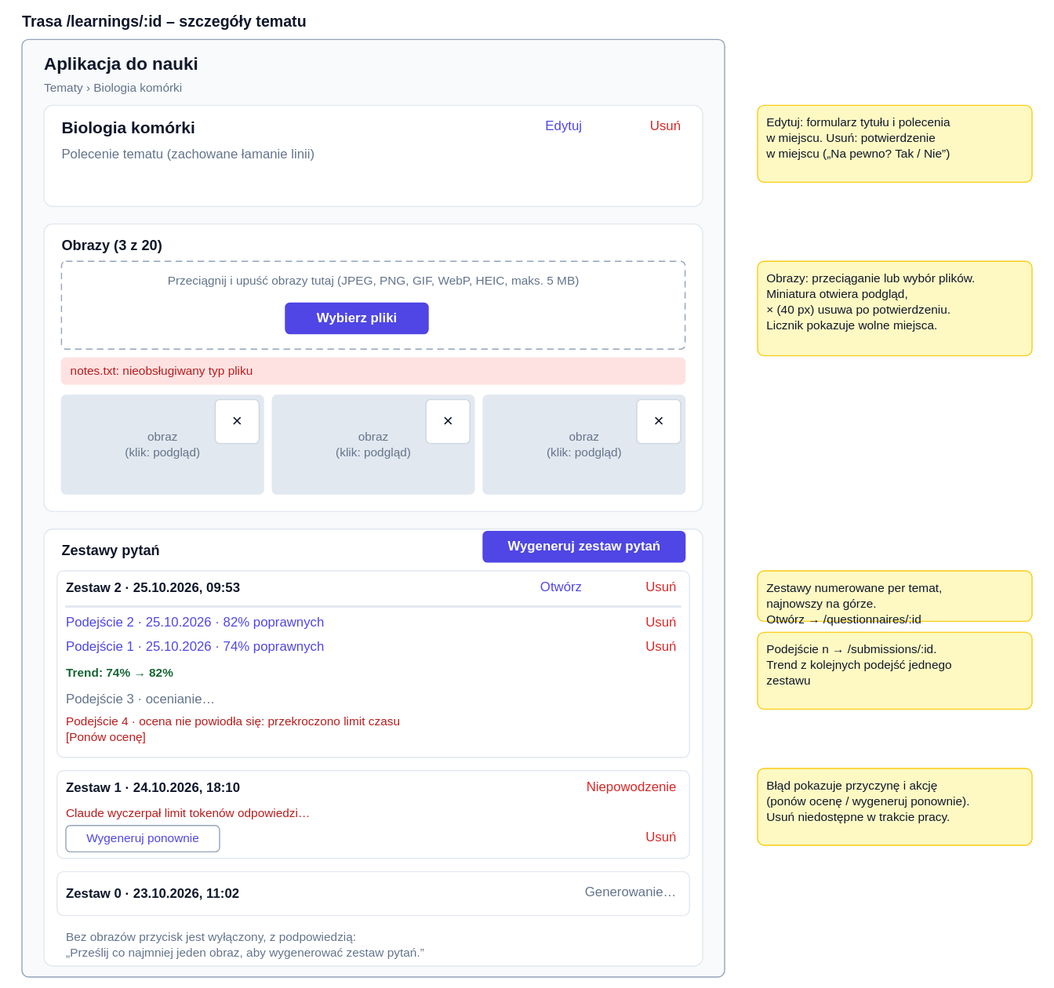
Before: docs/diagrams/page-learning-detail.drawio.svg, a diagram exported from draw.io (ppawlik/learning_app). Source tidied: cells renumbered, new cells last; positions are measured from the earlier drawing's top-left corner, leaving out a move shared by most shapes.
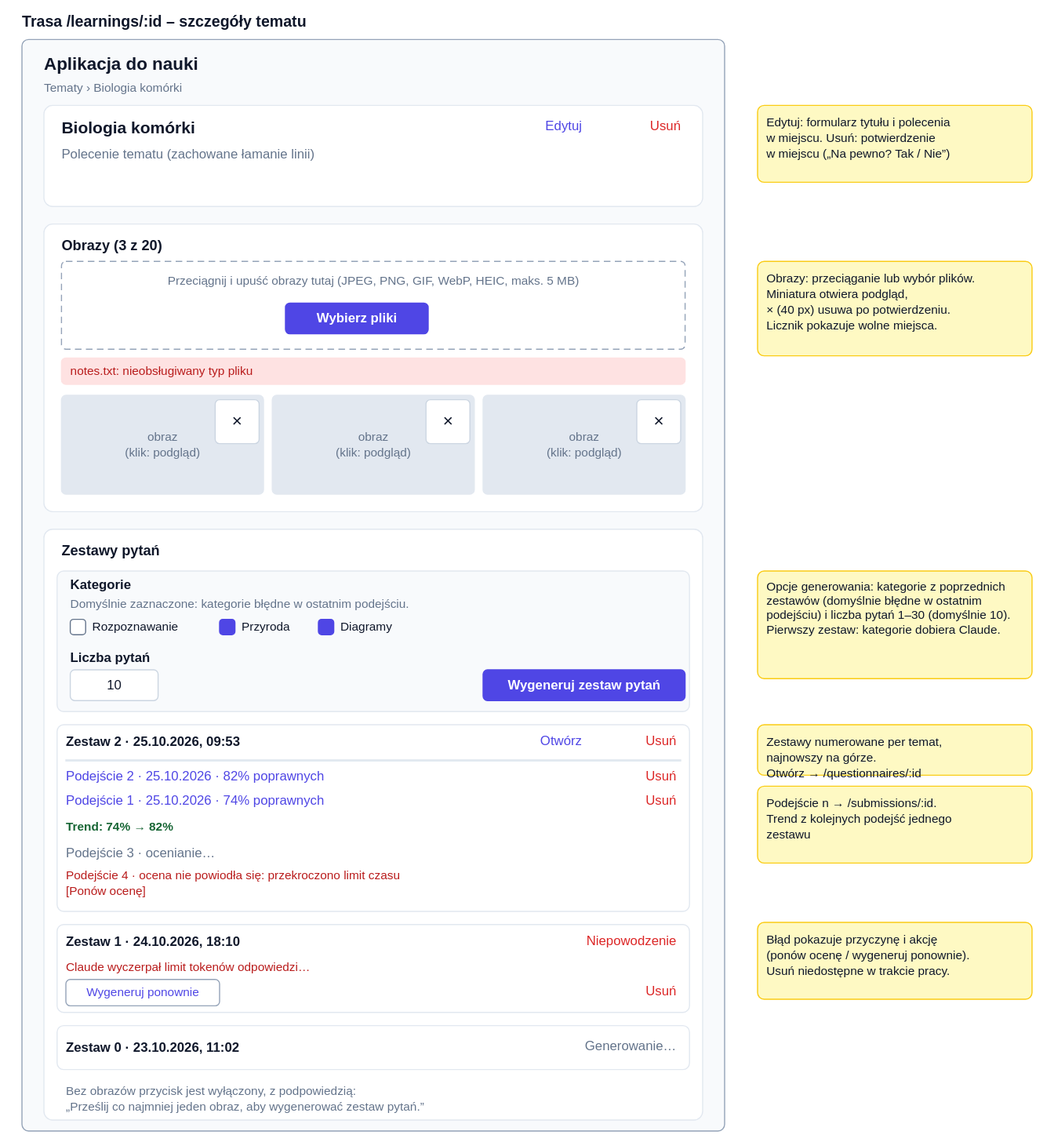
The same file after the commit.

Commit message:
Update topic and submission page diagrams for categories

Diff of the diagram source:
```diff
@@ -6,7 +6,7 @@
       <mxGeometry width="640" height="24" as="geometry" />
     </mxCell>
     <mxCell id="3" style="whiteSpace=wrap;html=0;rounded=1;absoluteArcSize=1;arcSize=12;fillColor=#f8fafc;strokeColor=#94a3b8;strokeWidth=1;fontSize=12;fontColor=#0f172a;align=center;verticalAlign=middle;spacingLeft=10;spacingRight=10;spacingTop=0;" parent="1" vertex="1">
-      <mxGeometry y="28" width="640" height="854" as="geometry" />
+      <mxGeometry y="28" width="640" height="994" as="geometry" />
     </mxCell>
     <mxCell id="4" value="Aplikacja do nauki" style="whiteSpace=wrap;html=0;fillColor=none;strokeColor=none;fontSize=16;fontColor=#0f172a;align=left;verticalAlign=middle;spacingLeft=0;spacingRight=0;spacingTop=0;fontStyle=1;" parent="1" vertex="1">
       <mxGeometry x="20" y="38" width="300" height="26" as="geometry" />
@@ -63,79 +63,76 @@
       <mxGeometry x="560" y="356" width="40" height="40" as="geometry" />
     </mxCell>
     <mxCell id="22" style="whiteSpace=wrap;html=0;rounded=1;absoluteArcSize=1;arcSize=16;fillColor=#ffffff;strokeColor=#e2e8f0;strokeWidth=1;fontSize=12;fontColor=#0f172a;align=center;verticalAlign=middle;spacingLeft=10;spacingRight=10;spacingTop=0;" parent="1" vertex="1">
-      <mxGeometry x="20" y="474" width="600" height="398" as="geometry" />
+      <mxGeometry x="20" y="474" width="600" height="538" as="geometry" />
     </mxCell>
     <mxCell id="23" value="Zestawy pytań" style="whiteSpace=wrap;html=0;fillColor=none;strokeColor=none;fontSize=13;fontColor=#0f172a;align=left;verticalAlign=middle;spacingLeft=0;spacingRight=0;spacingTop=0;fontStyle=1;" parent="1" vertex="1">
       <mxGeometry x="36" y="482" width="400" height="24" as="geometry" />
     </mxCell>
-    <mxCell id="24" value="Wygeneruj zestaw pytań" style="whiteSpace=wrap;html=0;rounded=1;absoluteArcSize=1;arcSize=8;fillColor=#4f46e5;strokeColor=#4f46e5;strokeWidth=1;fontSize=12;fontColor=#ffffff;align=center;verticalAlign=middle;spacingLeft=10;spacingRight=10;spacingTop=0;fontStyle=1;" parent="1" vertex="1">
-      <mxGeometry x="420" y="476" width="184" height="28" as="geometry" />
-    </mxCell>
     <mxCell id="25" style="whiteSpace=wrap;html=0;rounded=1;absoluteArcSize=1;arcSize=12;fillColor=#ffffff;strokeColor=#e2e8f0;strokeWidth=1;fontSize=12;fontColor=#0f172a;align=center;verticalAlign=middle;spacingLeft=10;spacingRight=10;spacingTop=0;" parent="1" vertex="1">
-      <mxGeometry x="32" y="512" width="576" height="170" as="geometry" />
+      <mxGeometry x="32" y="652" width="576" height="170" as="geometry" />
     </mxCell>
     <mxCell id="26" value="Zestaw 2 · 25.10.2026, 09:53" style="whiteSpace=wrap;html=0;fillColor=none;strokeColor=none;fontSize=12;fontColor=#0f172a;align=left;verticalAlign=middle;spacingLeft=0;spacingRight=0;spacingTop=0;fontStyle=1;" parent="1" vertex="1">
-      <mxGeometry x="40" y="518" width="340" height="20" as="geometry" />
+      <mxGeometry x="40" y="658" width="340" height="20" as="geometry" />
     </mxCell>
     <mxCell id="27" value="Otwórz" style="whiteSpace=wrap;html=0;fillColor=none;strokeColor=none;fontSize=12;fontColor=#4f46e5;align=right;verticalAlign=middle;spacingLeft=0;spacingRight=0;spacingTop=0;" parent="1" vertex="1">
-      <mxGeometry x="420" y="518" width="90" height="18" as="geometry" />
+      <mxGeometry x="420" y="658" width="90" height="18" as="geometry" />
     </mxCell>
     <mxCell id="28" value="Usuń" style="whiteSpace=wrap;html=0;fillColor=none;strokeColor=none;fontSize=12;fontColor=#dc2626;align=right;verticalAlign=middle;spacingLeft=0;spacingRight=0;spacingTop=0;" parent="1" vertex="1">
-      <mxGeometry x="520" y="518" width="76" height="18" as="geometry" />
+      <mxGeometry x="520" y="658" width="76" height="18" as="geometry" />
     </mxCell>
     <mxCell id="29" style="whiteSpace=wrap;html=0;rounded=0;absoluteArcSize=1;arcSize=0;fillColor=#e2e8f0;strokeColor=#e2e8f0;strokeWidth=1;fontSize=12;fontColor=#0f172a;align=center;verticalAlign=middle;spacingLeft=10;spacingRight=10;spacingTop=0;" parent="1" vertex="1">
-      <mxGeometry x="40" y="544" width="560" height="1" as="geometry" />
+      <mxGeometry x="40" y="684" width="560" height="1" as="geometry" />
     </mxCell>
     <mxCell id="30" value="Podejście 2 · 25.10.2026 · 82% poprawnych" style="whiteSpace=wrap;html=0;fillColor=none;strokeColor=none;fontSize=12;fontColor=#4f46e5;align=left;verticalAlign=middle;spacingLeft=0;spacingRight=0;spacingTop=0;" parent="1" vertex="1">
-      <mxGeometry x="40" y="550" width="400" height="18" as="geometry" />
+      <mxGeometry x="40" y="690" width="400" height="18" as="geometry" />
     </mxCell>
     <mxCell id="31" value="Usuń" style="whiteSpace=wrap;html=0;fillColor=none;strokeColor=none;fontSize=12;fontColor=#dc2626;align=right;verticalAlign=middle;spacingLeft=0;spacingRight=0;spacingTop=0;" parent="1" vertex="1">
-      <mxGeometry x="520" y="550" width="76" height="18" as="geometry" />
+      <mxGeometry x="520" y="690" width="76" height="18" as="geometry" />
     </mxCell>
     <mxCell id="32" value="Podejście 1 · 25.10.2026 · 74% poprawnych" style="whiteSpace=wrap;html=0;fillColor=none;strokeColor=none;fontSize=12;fontColor=#4f46e5;align=left;verticalAlign=middle;spacingLeft=0;spacingRight=0;spacingTop=0;" parent="1" vertex="1">
-      <mxGeometry x="40" y="572" width="400" height="18" as="geometry" />
+      <mxGeometry x="40" y="712" width="400" height="18" as="geometry" />
     </mxCell>
     <mxCell id="33" value="Usuń" style="whiteSpace=wrap;html=0;fillColor=none;strokeColor=none;fontSize=12;fontColor=#dc2626;align=right;verticalAlign=middle;spacingLeft=0;spacingRight=0;spacingTop=0;" parent="1" vertex="1">
-      <mxGeometry x="520" y="572" width="76" height="18" as="geometry" />
+      <mxGeometry x="520" y="712" width="76" height="18" as="geometry" />
     </mxCell>
     <mxCell id="34" value="Trend: 74% → 82%" style="whiteSpace=wrap;html=0;fillColor=none;strokeColor=none;fontSize=11;fontColor=#166534;align=left;verticalAlign=middle;spacingLeft=0;spacingRight=0;spacingTop=0;fontStyle=1;" parent="1" vertex="1">
-      <mxGeometry x="40" y="596" width="400" height="18" as="geometry" />
+      <mxGeometry x="40" y="736" width="400" height="18" as="geometry" />
     </mxCell>
     <mxCell id="35" value="Podejście 3 · ocenianie…" style="whiteSpace=wrap;html=0;fillColor=none;strokeColor=none;fontSize=12;fontColor=#64748b;align=left;verticalAlign=middle;spacingLeft=0;spacingRight=0;spacingTop=0;" parent="1" vertex="1">
-      <mxGeometry x="40" y="620" width="560" height="18" as="geometry" />
+      <mxGeometry x="40" y="760" width="560" height="18" as="geometry" />
     </mxCell>
     <mxCell id="36" value="Podejście 4 · ocena nie powiodła się: przekroczono limit czasu&#10;[Ponów ocenę]" style="whiteSpace=wrap;html=0;fillColor=none;strokeColor=none;fontSize=11;fontColor=#b91c1c;align=left;verticalAlign=top;spacingLeft=0;spacingRight=0;spacingTop=0;" parent="1" vertex="1">
-      <mxGeometry x="40" y="642" width="560" height="34" as="geometry" />
+      <mxGeometry x="40" y="782" width="560" height="34" as="geometry" />
     </mxCell>
     <mxCell id="37" style="whiteSpace=wrap;html=0;rounded=1;absoluteArcSize=1;arcSize=12;fillColor=#ffffff;strokeColor=#e2e8f0;strokeWidth=1;fontSize=12;fontColor=#0f172a;align=center;verticalAlign=middle;spacingLeft=10;spacingRight=10;spacingTop=0;" parent="1" vertex="1">
-      <mxGeometry x="32" y="694" width="576" height="80" as="geometry" />
+      <mxGeometry x="32" y="834" width="576" height="80" as="geometry" />
     </mxCell>
     <mxCell id="38" value="Zestaw 1 · 24.10.2026, 18:10" style="whiteSpace=wrap;html=0;fillColor=none;strokeColor=none;fontSize=12;fontColor=#0f172a;align=left;verticalAlign=middle;spacingLeft=0;spacingRight=0;spacingTop=0;fontStyle=1;" parent="1" vertex="1">
-      <mxGeometry x="40" y="700" width="340" height="20" as="geometry" />
+      <mxGeometry x="40" y="840" width="340" height="20" as="geometry" />
     </mxCell>
     <mxCell id="39" value="Niepowodzenie" style="whiteSpace=wrap;html=0;fillColor=none;strokeColor=none;fontSize=12;fontColor=#dc2626;align=right;verticalAlign=middle;spacingLeft=0;spacingRight=0;spacingTop=0;" parent="1" vertex="1">
-      <mxGeometry x="360" y="700" width="236" height="18" as="geometry" />
+      <mxGeometry x="360" y="840" width="236" height="18" as="geometry" />
     </mxCell>
     <mxCell id="40" value="Claude wyczerpał limit tokenów odpowiedzi…" style="whiteSpace=wrap;html=0;fillColor=none;strokeColor=none;fontSize=11;fontColor=#b91c1c;align=left;verticalAlign=middle;spacingLeft=0;spacingRight=0;spacingTop=0;" parent="1" vertex="1">
-      <mxGeometry x="40" y="724" width="560" height="18" as="geometry" />
+      <mxGeometry x="40" y="864" width="560" height="18" as="geometry" />
     </mxCell>
     <mxCell id="41" value="Wygeneruj ponownie" style="whiteSpace=wrap;html=0;rounded=1;absoluteArcSize=1;arcSize=8;fillColor=#ffffff;strokeColor=#94a3b8;strokeWidth=1;fontSize=11;fontColor=#4f46e5;align=center;verticalAlign=middle;spacingLeft=10;spacingRight=10;spacingTop=0;" parent="1" vertex="1">
-      <mxGeometry x="40" y="744" width="140" height="24" as="geometry" />
+      <mxGeometry x="40" y="884" width="140" height="24" as="geometry" />
     </mxCell>
     <mxCell id="42" value="Usuń" style="whiteSpace=wrap;html=0;fillColor=none;strokeColor=none;fontSize=12;fontColor=#dc2626;align=right;verticalAlign=middle;spacingLeft=0;spacingRight=0;spacingTop=0;" parent="1" vertex="1">
-      <mxGeometry x="520" y="746" width="76" height="18" as="geometry" />
+      <mxGeometry x="520" y="886" width="76" height="18" as="geometry" />
     </mxCell>
     <mxCell id="43" style="whiteSpace=wrap;html=0;rounded=1;absoluteArcSize=1;arcSize=12;fillColor=#ffffff;strokeColor=#e2e8f0;strokeWidth=1;fontSize=12;fontColor=#0f172a;align=center;verticalAlign=middle;spacingLeft=10;spacingRight=10;spacingTop=0;" parent="1" vertex="1">
-      <mxGeometry x="32" y="786" width="576" height="40" as="geometry" />
+      <mxGeometry x="32" y="926" width="576" height="40" as="geometry" />
     </mxCell>
     <mxCell id="44" value="Zestaw 0 · 23.10.2026, 11:02" style="whiteSpace=wrap;html=0;fillColor=none;strokeColor=none;fontSize=12;fontColor=#0f172a;align=left;verticalAlign=middle;spacingLeft=0;spacingRight=0;spacingTop=0;fontStyle=1;" parent="1" vertex="1">
-      <mxGeometry x="40" y="796" width="340" height="20" as="geometry" />
+      <mxGeometry x="40" y="936" width="340" height="20" as="geometry" />
     </mxCell>
     <mxCell id="45" value="Generowanie…" style="whiteSpace=wrap;html=0;fillColor=none;strokeColor=none;fontSize=12;fontColor=#64748b;align=right;verticalAlign=middle;spacingLeft=0;spacingRight=0;spacingTop=0;" parent="1" vertex="1">
-      <mxGeometry x="360" y="796" width="236" height="18" as="geometry" />
+      <mxGeometry x="360" y="936" width="236" height="18" as="geometry" />
     </mxCell>
     <mxCell id="46" value="Bez obrazów przycisk jest wyłączony, z podpowiedzią:&#10;„Prześlij co najmniej jeden obraz, aby wygenerować zestaw pytań.”" style="whiteSpace=wrap;html=0;fillColor=none;strokeColor=none;fontSize=11;fontColor=#64748b;align=left;verticalAlign=top;spacingLeft=0;spacingRight=0;spacingTop=0;" parent="1" vertex="1">
-      <mxGeometry x="40" y="838" width="560" height="28" as="geometry" />
+      <mxGeometry x="40" y="978" width="560" height="28" as="geometry" />
     </mxCell>
     <mxCell id="47" value="Edytuj: formularz tytułu i polecenia&#10;w miejscu. Usuń: potwierdzenie&#10;w miejscu („Na pewno? Tak / Nie”)" style="whiteSpace=wrap;html=0;rounded=1;absoluteArcSize=1;arcSize=12;fillColor=#fef9c3;strokeColor=#facc15;strokeWidth=1;fontSize=11;fontColor=#0f172a;align=left;verticalAlign=top;spacingLeft=8;spacingRight=8;spacingTop=8;" parent="1" vertex="1">
       <mxGeometry x="670" y="88" width="250" height="70" as="geometry" />
@@ -144,13 +141,55 @@
       <mxGeometry x="670" y="230" width="250" height="86" as="geometry" />
     </mxCell>
     <mxCell id="49" value="Zestawy numerowane per temat,&#10;najnowszy na górze.&#10;Otwórz → /questionnaires/:id" style="whiteSpace=wrap;html=0;rounded=1;absoluteArcSize=1;arcSize=12;fillColor=#fef9c3;strokeColor=#facc15;strokeWidth=1;fontSize=11;fontColor=#0f172a;align=left;verticalAlign=top;spacingLeft=8;spacingRight=8;spacingTop=8;" parent="1" vertex="1">
-      <mxGeometry x="670" y="512" width="250" height="46" as="geometry" />
+      <mxGeometry x="670" y="652" width="250" height="46" as="geometry" />
     </mxCell>
     <mxCell id="50" value="Podejście n → /submissions/:id.&#10;Trend z kolejnych podejść jednego&#10;zestawu" style="whiteSpace=wrap;html=0;rounded=1;absoluteArcSize=1;arcSize=12;fillColor=#fef9c3;strokeColor=#facc15;strokeWidth=1;fontSize=11;fontColor=#0f172a;align=left;verticalAlign=top;spacingLeft=8;spacingRight=8;spacingTop=8;" parent="1" vertex="1">
-      <mxGeometry x="670" y="568" width="250" height="70" as="geometry" />
+      <mxGeometry x="670" y="708" width="250" height="70" as="geometry" />
     </mxCell>
     <mxCell id="51" value="Błąd pokazuje przyczynę i akcję&#10;(ponów ocenę / wygeneruj ponownie).&#10;Usuń niedostępne w trakcie pracy." style="whiteSpace=wrap;html=0;rounded=1;absoluteArcSize=1;arcSize=12;fillColor=#fef9c3;strokeColor=#facc15;strokeWidth=1;fontSize=11;fontColor=#0f172a;align=left;verticalAlign=top;spacingLeft=8;spacingRight=8;spacingTop=8;" parent="1" vertex="1">
-      <mxGeometry x="670" y="692" width="250" height="70" as="geometry" />
+      <mxGeometry x="670" y="832" width="250" height="70" as="geometry" />
     </mxCell>
+    <mxCell id="52" style="whiteSpace=wrap;html=0;rounded=1;absoluteArcSize=1;arcSize=12;fillColor=#f8fafc;strokeColor=#e2e8f0;strokeWidth=1;fontSize=12;fontColor=#0f172a;align=center;verticalAlign=middle;spacingLeft=10;spacingRight=10;spacingTop=0;" parent="1" vertex="1">
+      <mxGeometry x="32" y="512" width="576" height="128" as="geometry" />
+    </mxCell>
+    <mxCell id="53" value="Kategorie" style="whiteSpace=wrap;html=0;fillColor=none;strokeColor=none;fontSize=12;fontColor=#0f172a;align=left;verticalAlign=middle;spacingLeft=0;spacingRight=0;spacingTop=0;fontStyle=1;" parent="1" vertex="1">
+      <mxGeometry x="44" y="516" width="300" height="18" as="geometry" />
+    </mxCell>
+    <mxCell id="54" value="Domyślnie zaznaczone: kategorie błędne w ostatnim podejściu." style="whiteSpace=wrap;html=0;fillColor=none;strokeColor=none;fontSize=11;fontColor=#64748b;align=left;verticalAlign=middle;spacingLeft=0;spacingRight=0;spacingTop=0;" parent="1" vertex="1">
+      <mxGeometry x="44" y="534" width="520" height="16" as="geometry" />
+    </mxCell>
+    <mxCell id="55" style="whiteSpace=wrap;html=0;rounded=1;absoluteArcSize=1;arcSize=6;fillColor=#ffffff;strokeColor=#64748b;strokeWidth=1;fontSize=12;fontColor=#0f172a;align=center;verticalAlign=middle;spacingLeft=10;spacingRight=10;spacingTop=0;" parent="1" vertex="1">
+      <mxGeometry x="44" y="556" width="14" height="14" as="geometry" />
+    </mxCell>
+    <mxCell id="56" value="Rozpoznawanie" style="whiteSpace=wrap;html=0;fillColor=none;strokeColor=none;fontSize=11;fontColor=#0f172a;align=left;verticalAlign=middle;spacingLeft=0;spacingRight=0;spacingTop=0;" parent="1" vertex="1">
+      <mxGeometry x="64" y="554" width="110" height="18" as="geometry" />
+    </mxCell>
+    <mxCell id="57" style="whiteSpace=wrap;html=0;rounded=1;absoluteArcSize=1;arcSize=6;fillColor=#4f46e5;strokeColor=#4f46e5;strokeWidth=1;fontSize=12;fontColor=#0f172a;align=center;verticalAlign=middle;spacingLeft=10;spacingRight=10;spacingTop=0;" parent="1" vertex="1">
+      <mxGeometry x="180" y="556" width="14" height="14" as="geometry" />
+    </mxCell>
+    <mxCell id="58" value="Przyroda" style="whiteSpace=wrap;html=0;fillColor=none;strokeColor=none;fontSize=11;fontColor=#0f172a;align=left;verticalAlign=middle;spacingLeft=0;spacingRight=0;spacingTop=0;" parent="1" vertex="1">
+      <mxGeometry x="200" y="554" width="110" height="18" as="geometry" />
+    </mxCell>
+    <mxCell id="59" style="whiteSpace=wrap;html=0;rounded=1;absoluteArcSize=1;arcSize=6;fillColor=#4f46e5;strokeColor=#4f46e5;strokeWidth=1;fontSize=12;fontColor=#0f172a;align=center;verticalAlign=middle;spacingLeft=10;spacingRight=10;spacingTop=0;" parent="1" vertex="1">
+      <mxGeometry x="270" y="556" width="14" height="14" as="geometry" />
+    </mxCell>
+    <mxCell id="60" value="Diagramy" style="whiteSpace=wrap;html=0;fillColor=none;strokeColor=none;fontSize=11;fontColor=#0f172a;align=left;verticalAlign=middle;spacingLeft=0;spacingRight=0;spacingTop=0;" parent="1" vertex="1">
+      <mxGeometry x="290" y="554" width="110" height="18" as="geometry" />
+    </mxCell>
+    <mxCell id="61" value="Liczba pytań" style="whiteSpace=wrap;html=0;fillColor=none;strokeColor=none;fontSize=12;fontColor=#0f172a;align=left;verticalAlign=middle;spacingLeft=0;spacingRight=0;spacingTop=0;fontStyle=1;" parent="1" vertex="1">
+      <mxGeometry x="44" y="582" width="200" height="18" as="geometry" />
+    </mxCell>
+    <mxCell id="62" style="whiteSpace=wrap;html=0;rounded=1;absoluteArcSize=1;arcSize=8;fillColor=#ffffff;strokeColor=#cbd5e1;strokeWidth=1;fontSize=12;fontColor=#0f172a;align=center;verticalAlign=middle;spacingLeft=10;spacingRight=10;spacingTop=0;" parent="1" vertex="1">
+      <mxGeometry x="44" y="602" width="80" height="28" as="geometry" />
+    </mxCell>
+    <mxCell id="63" value="10" style="whiteSpace=wrap;html=0;fillColor=none;strokeColor=none;fontSize=12;fontColor=#0f172a;align=center;verticalAlign=middle;spacingLeft=0;spacingRight=0;spacingTop=0;" parent="1" vertex="1">
+      <mxGeometry x="44" y="602" width="80" height="28" as="geometry" />
+    </mxCell>
+    <mxCell id="64" value="Opcje generowania: kategorie z poprzednich zestawów (domyślnie błędne w ostatnim podejściu) i liczba pytań 1–30 (domyślnie 10). Pierwszy zestaw: kategorie dobiera Claude." style="whiteSpace=wrap;html=0;rounded=1;absoluteArcSize=1;arcSize=12;fillColor=#fef9c3;strokeColor=#facc15;strokeWidth=1;fontSize=11;fontColor=#0f172a;align=left;verticalAlign=top;spacingLeft=8;spacingRight=8;spacingTop=8;" parent="1" vertex="1">
+      <mxGeometry x="670" y="512" width="250" height="98" as="geometry" />
+    </mxCell>
+    <mxCell id="24" value="Wygeneruj zestaw pytań" style="whiteSpace=wrap;html=0;rounded=1;absoluteArcSize=1;arcSize=8;fillColor=#4f46e5;strokeColor=#4f46e5;strokeWidth=1;fontSize=12;fontColor=#ffffff;align=center;verticalAlign=middle;spacingLeft=10;spacingRight=10;spacingTop=0;fontStyle=1;" parent="1" vertex="1">
+      <mxGeometry x="420" y="602" width="184" height="28" as="geometry" />
+    </mxCell>
   </root>
 </mxGraphModel>
```
